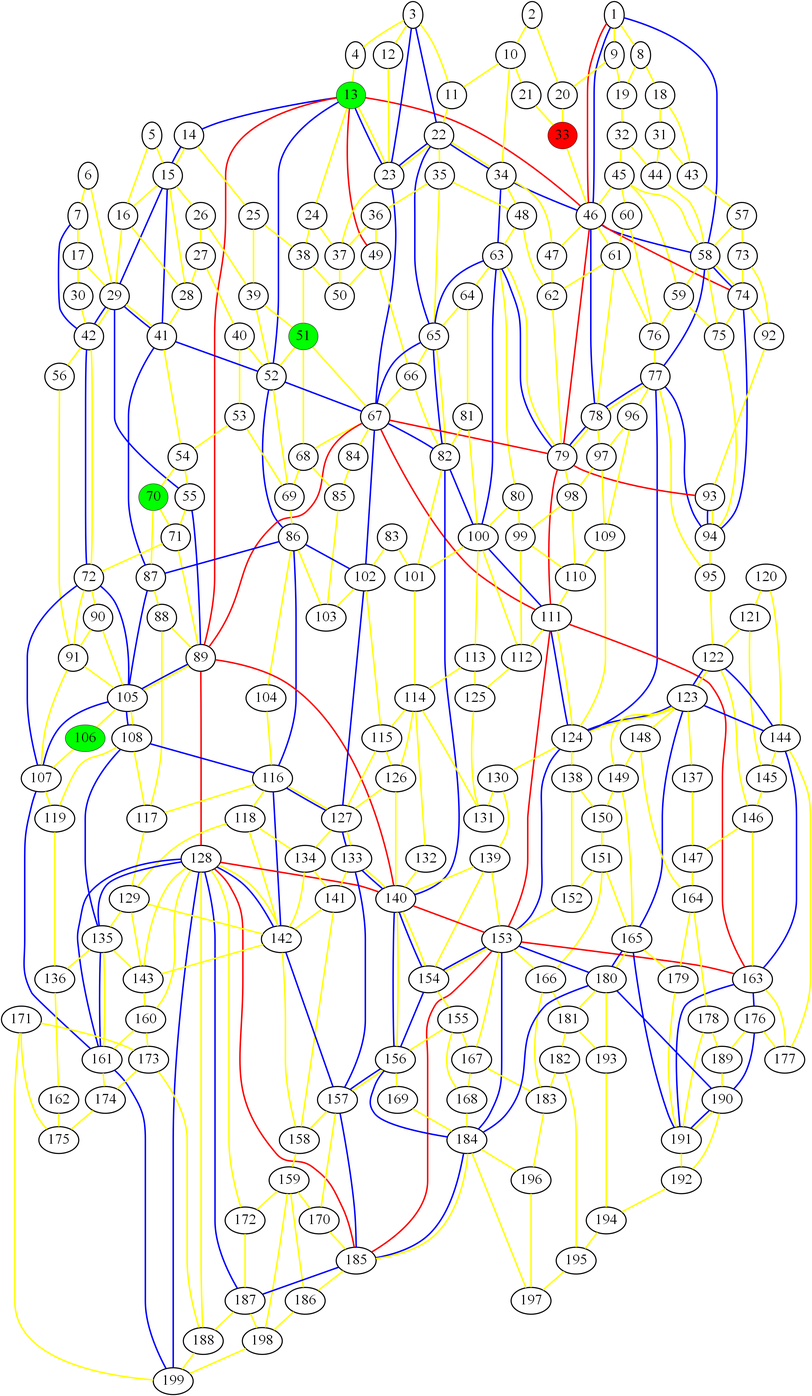
The Graphviz diagram graph_5.png in ed-churchill/complex-systems-project, before a commit. Its source is kept beside it as graph_5.gv.
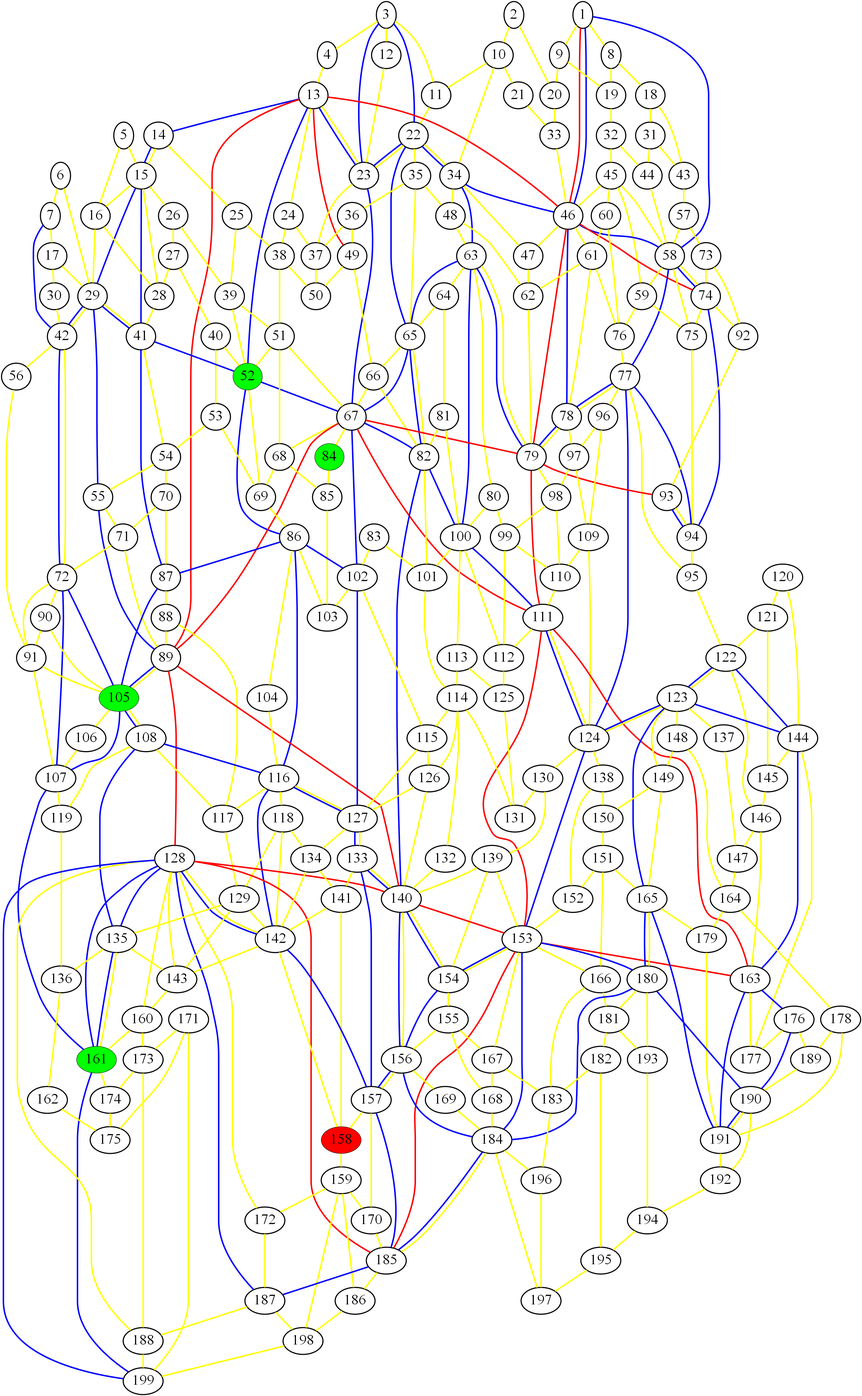
Later version of the same file.

The edit, as a diff of the source:
```diff
@@ -1,9 +1,9 @@
 graph london_graph {
-33 [fillcolor=red, fontsize=40, pendwidth=3, style=filled];
-106 [fillcolor=green, fontsize=40, pendwidth=3, style=filled];
-13 [fillcolor=green, fontsize=40, pendwidth=3, style=filled];
-70 [fillcolor=green, fontsize=40, pendwidth=3, style=filled];
-51 [fillcolor=green, fontsize=40, pendwidth=3, style=filled];
+158 [fillcolor=red, fontsize=40, pendwidth=3, style=filled];
+161 [fillcolor=green, fontsize=40, pendwidth=3, style=filled];
+52 [fillcolor=green, fontsize=40, pendwidth=3, style=filled];
+84 [fillcolor=green, fontsize=40, pendwidth=3, style=filled];
+105 [fillcolor=green, fontsize=40, pendwidth=3, style=filled];
 1 [fontsize=40, penwidth=3];
 2 [fontsize=40, penwidth=3];
 3 [fontsize=40, penwidth=3];
@@ -16,6 +16,7 @@
 10 [fontsize=40, penwidth=3];
 11 [fontsize=40, penwidth=3];
 12 [fontsize=40, penwidth=3];
+13 [fontsize=40, penwidth=3];
 14 [fontsize=40, penwidth=3];
 15 [fontsize=40, penwidth=3];
 16 [fontsize=40, penwidth=3];
@@ -35,6 +36,7 @@
 30 [fontsize=40, penwidth=3];
 31 [fontsize=40, penwidth=3];
 32 [fontsize=40, penwidth=3];
+33 [fontsize=40, penwidth=3];
 34 [fontsize=40, penwidth=3];
 35 [fontsize=40, penwidth=3];
 36 [fontsize=40, penwidth=3];
@@ -52,7 +54,7 @@
 48 [fontsize=40, penwidth=3];
 49 [fontsize=40, penwidth=3];
 50 [fontsize=40, penwidth=3];
-52 [fontsize=40, penwidth=3];
+51 [fontsize=40, penwidth=3];
 53 [fontsize=40, penwidth=3];
 54 [fontsize=40, penwidth=3];
 55 [fontsize=40, penwidth=3];
@@ -70,6 +72,7 @@
 67 [fontsize=40, penwidth=3];
 68 [fontsize=40, penwidth=3];
 69 [fontsize=40, penwidth=3];
+70 [fontsize=40, penwidth=3];
 71 [fontsize=40, penwidth=3];
 72 [fontsize=40, penwidth=3];
 73 [fontsize=40, penwidth=3];
@@ -83,7 +86,6 @@
 81 [fontsize=40, penwidth=3];
 82 [fontsize=40, penwidth=3];
 83 [fontsize=40, penwidth=3];
-84 [fontsize=40, penwidth=3];
 85 [fontsize=40, penwidth=3];
 86 [fontsize=40, penwidth=3];
 87 [fontsize=40, penwidth=3];
@@ -104,7 +106,7 @@
 102 [fontsize=40, penwidth=3];
 103 [fontsize=40, penwidth=3];
 104 [fontsize=40, penwidth=3];
-105 [fontsize=40, penwidth=3];
+106 [fontsize=40, penwidth=3];
 107 [fontsize=40, penwidth=3];
 108 [fontsize=40, penwidth=3];
 109 [fontsize=40, penwidth=3];
@@ -156,10 +158,8 @@
 155 [fontsize=40, penwidth=3];
 156 [fontsize=40, penwidth=3];
 157 [fontsize=40, penwidth=3];
-158 [fontsize=40, penwidth=3];
 159 [fontsize=40, penwidth=3];
 160 [fontsize=40, penwidth=3];
-161 [fontsize=40, penwidth=3];
 162 [fontsize=40, penwidth=3];
 163 [fontsize=40, penwidth=3];
 164 [fontsize=40, penwidth=3];
```
